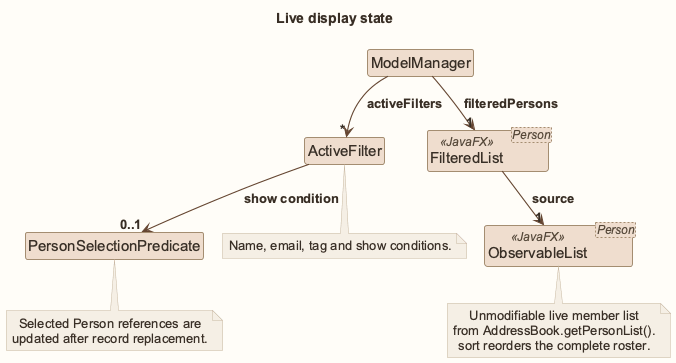
AY2627S1-CS2103T-W12-1/tp keeps this PlantUML diagram as images/ModelViewDiagram.png. Above is the earlier version.
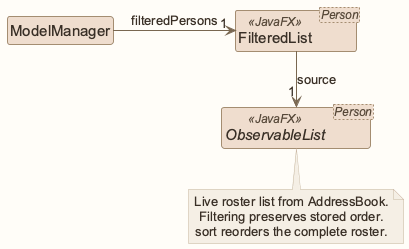
The same file after the commit.

Change to the diagram source:
```diff
@@ -1,24 +1,18 @@
 @startuml
-!pragma layout smetana
 !include style.puml
-skinparam arrowThickness 1.1
-skinparam arrowColor MODEL_COLOR_T4
+skinparam linetype polyline
+skinparam ArrowFontStyle plain
 skinparam classBackgroundColor MODEL_COLOR
-skinparam nodesep 45
-skinparam ranksep 45
-title Live display state
-
+skinparam nodesep 35
+skinparam ranksep 40
 class ModelManager
-class ActiveFilter
-class PersonSelectionPredicate
 class "FilteredList<Person>" as Filtered <<JavaFX>>
-class "ObservableList<Person>" as Records <<JavaFX>>
-
-ModelManager --> "*" ActiveFilter : activeFilters
-ActiveFilter --> "0..1" PersonSelectionPredicate : show condition
-ModelManager --> "1" Filtered : filteredPersons
-Filtered --> "1" Records : source
-note bottom of Records: Unmodifiable live member list\nfrom AddressBook.getPersonList().\nsort reorders the complete roster.
-note bottom of ActiveFilter: Name, email, tag and show conditions.
-note bottom of PersonSelectionPredicate: Selected Person references are\nupdated after record replacement.
+interface "ObservableList<Person>" as Records <<JavaFX>>
+ModelManager -right-> "1" Filtered : filteredPersons
+Filtered -down-> "1" Records : source
+note bottom of Records
+Live roster list from AddressBook.
+Filtering preserves stored order.
+sort reorders the complete roster.
+end note
 @enduml
```
